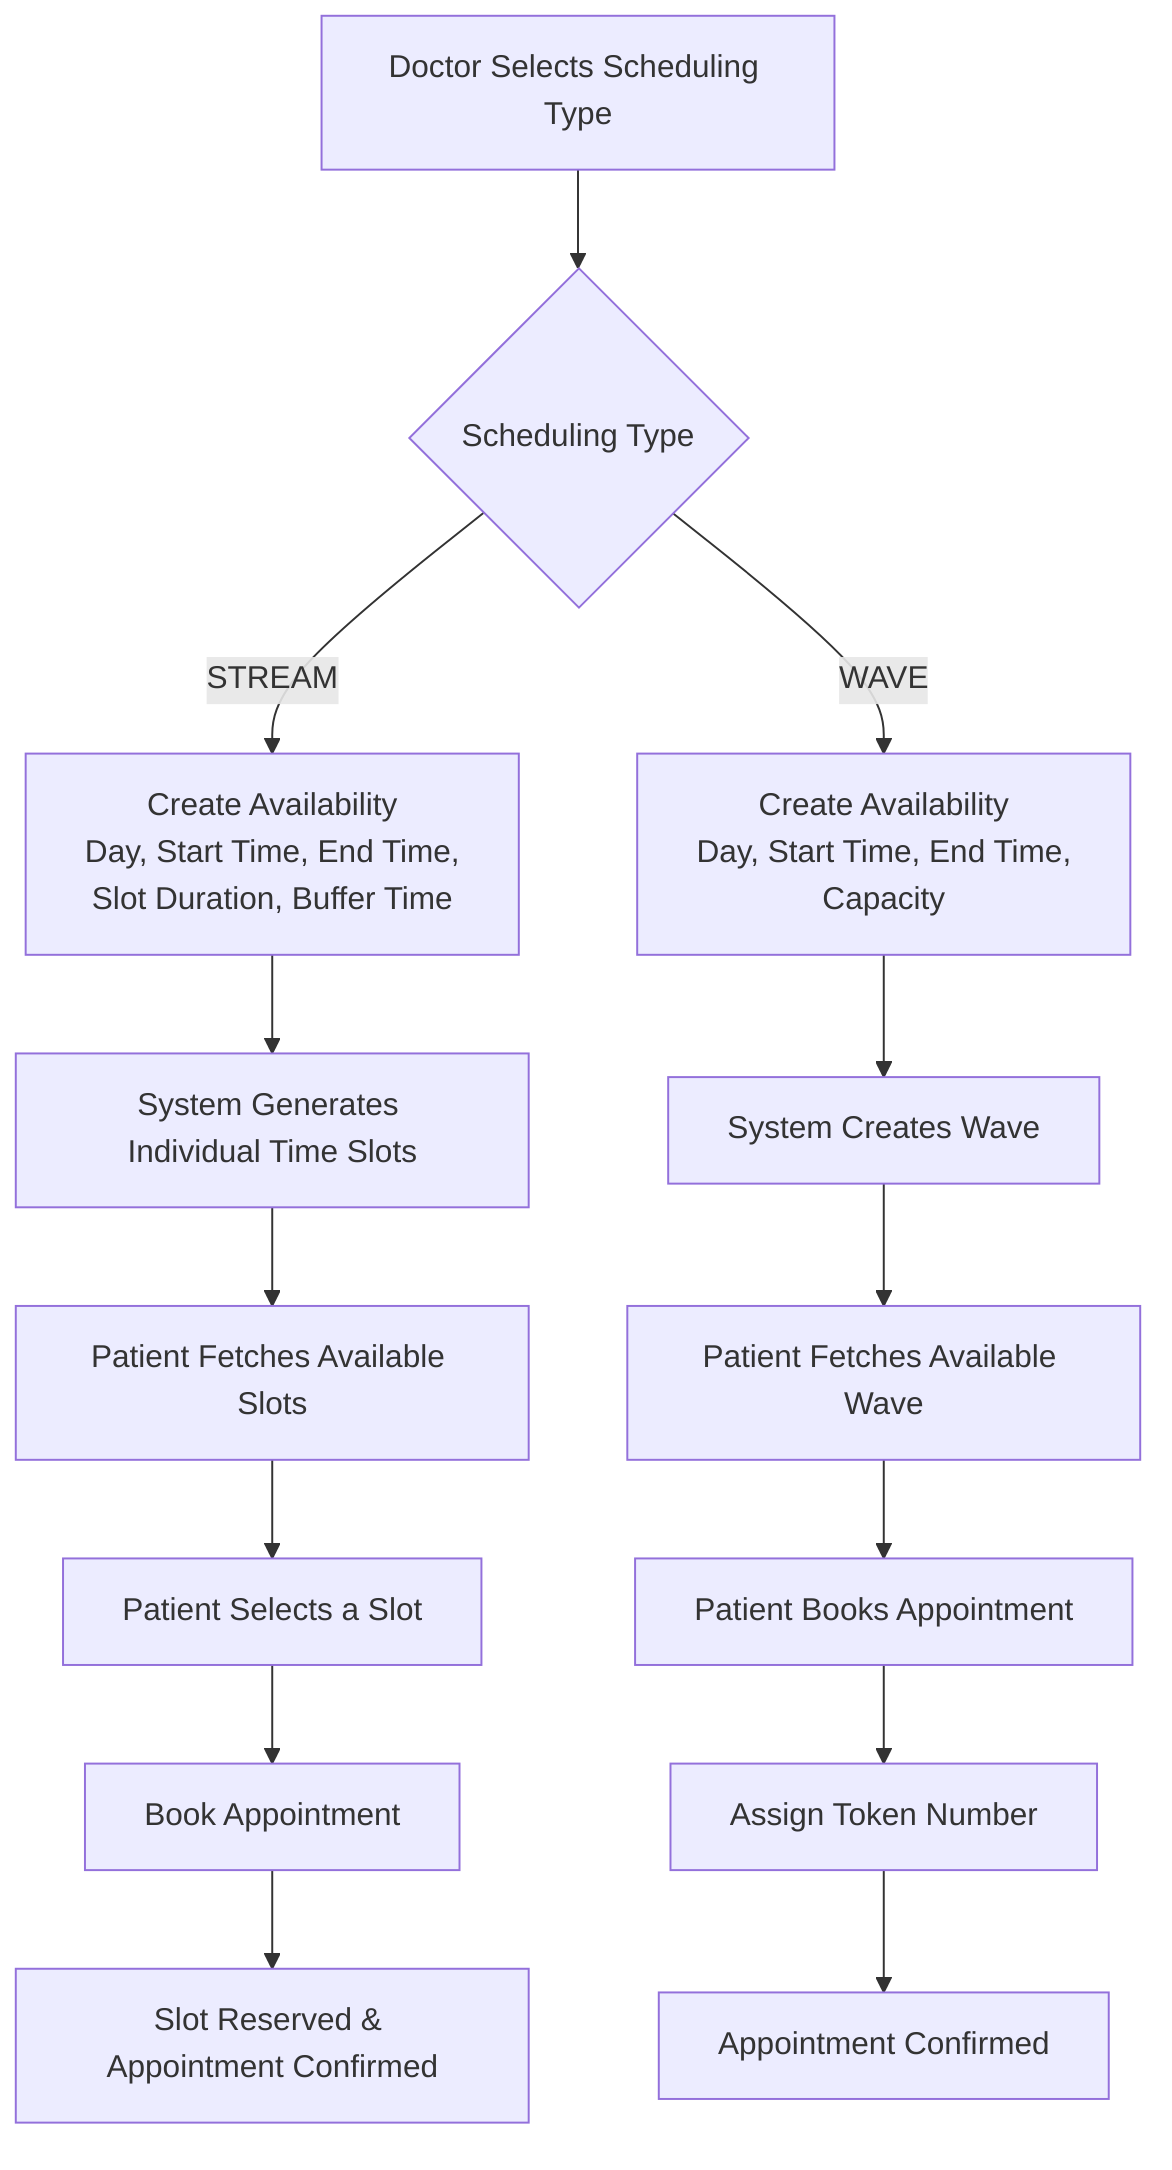
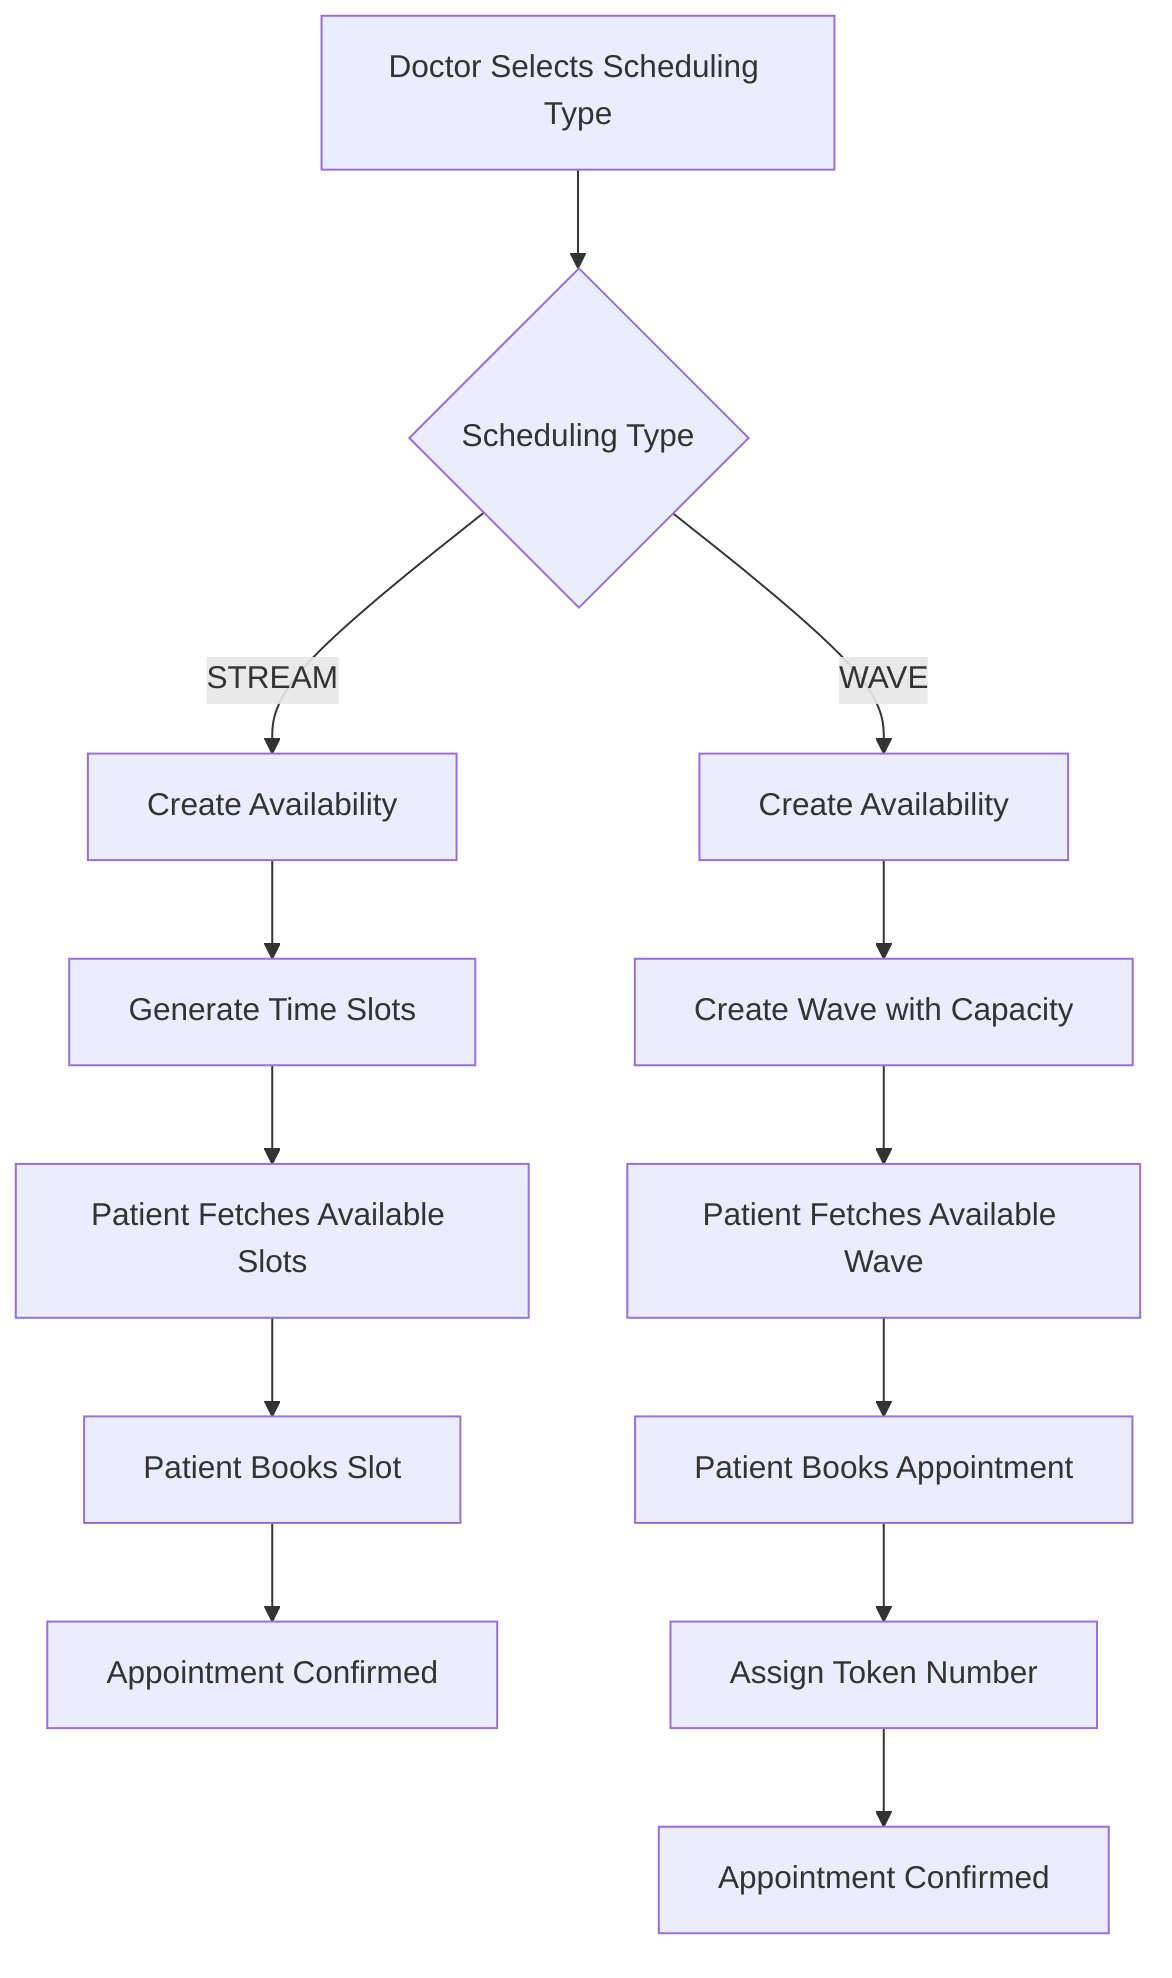
flowchart TD
-     A[Doctor Selects Scheduling Type]

-     A --> B{Scheduling Type}
+ A[Doctor Selects Scheduling Type]

-     %% STREAM FLOW
-     B -->|STREAM| C[Create Availability<br/>Day, Start Time, End Time,<br/>Slot Duration, Buffer Time]
-     C --> D[System Generates Individual Time Slots]
-     D --> E[Patient Fetches Available Slots]
-     E --> F[Patient Selects a Slot]
-     F --> G[Book Appointment]
-     G --> H[Slot Reserved & Appointment Confirmed]
+ A --> B{Scheduling Type}

-     %% WAVE FLOW
-     B -->|WAVE| I[Create Availability<br/>Day, Start Time, End Time,<br/>Capacity]
-     I --> J[System Creates Wave]
-     J --> K[Patient Fetches Available Wave]
-     K --> L[Patient Books Appointment]
-     L --> M[Assign Token Number]
-     M --> N[Appointment Confirmed]+ B -->|STREAM| C[Create Availability]
+ C --> D[Generate Time Slots]
+ D --> E[Patient Fetches Available Slots]
+ E --> F[Patient Books Slot]
+ F --> G[Appointment Confirmed]
+ 
+ B -->|WAVE| H[Create Availability]
+ H --> I[Create Wave with Capacity]
+ I --> J[Patient Fetches Available Wave]
+ J --> K[Patient Books Appointment]
+ K --> L[Assign Token Number]
+ L --> M[Appointment Confirmed]
